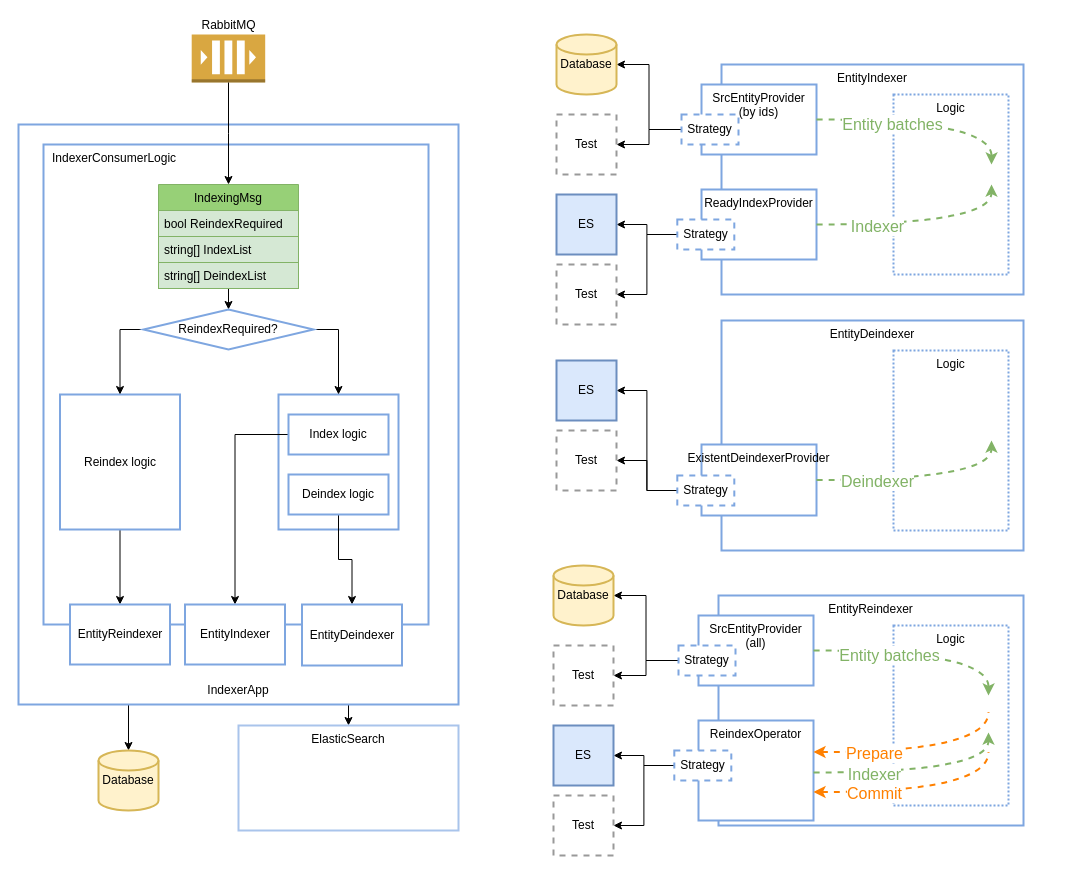
This is page "inside" (4 of 4) of doc/indexer-app.drawio from ozzy-ext-mylab/indexer-app, a draw.io file, before an edit. Source tidied: cells renumbered, new cells numbered last; positions are measured from the earlier drawing's top-left corner, leaving out a move shared by most shapes. Both pictures are drawn from the tidied source at 100%, with x=0, y=0 at pixel (18, 34).
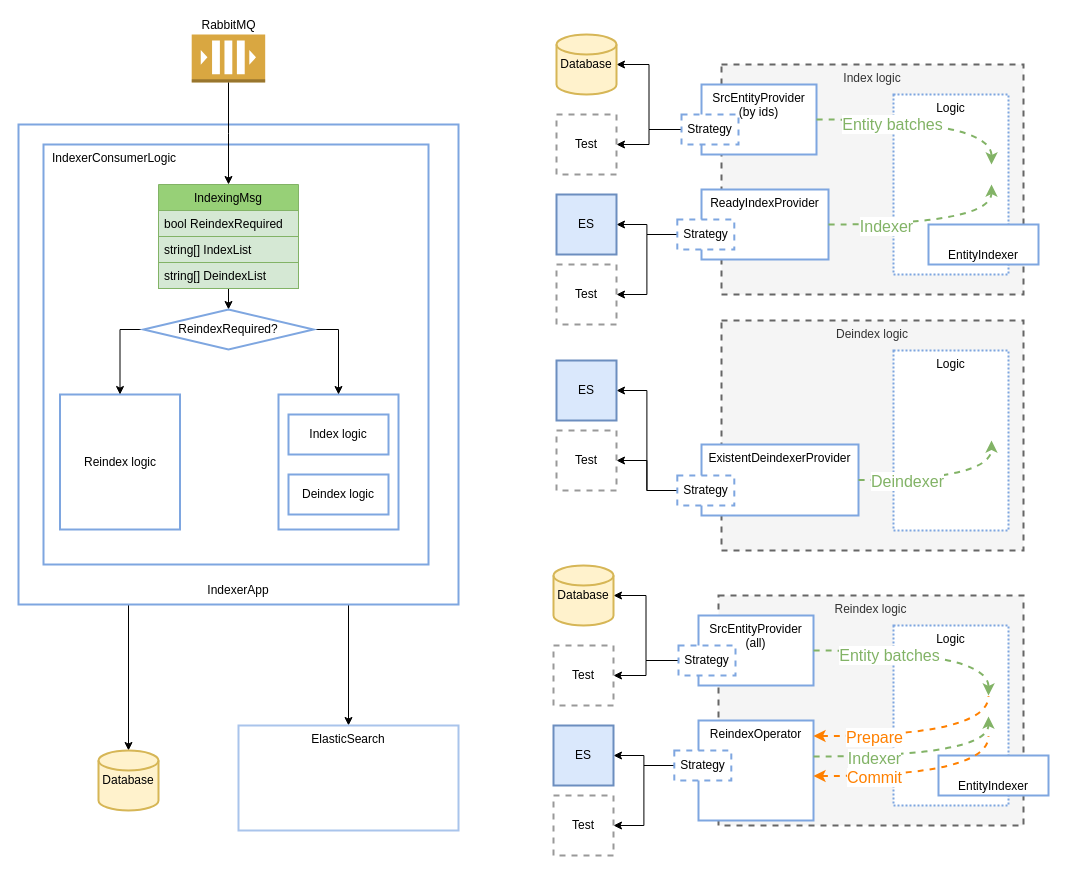
The same diagram, later.

The change refers to these unchanged cells:
```xml
<mxCell id="15" value="Reindex logic" style="rounded=0;whiteSpace=wrap;html=1;align=center;strokeColor=#7EA6E0;strokeWidth=2;" parent="1" vertex="1">
  <mxGeometry x="41.5" y="360" width="120" height="135" as="geometry" />
</mxCell>
<mxCell id="18" value="Index logic" style="rounded=0;whiteSpace=wrap;html=1;align=center;fillColor=#ffffff;strokeColor=#7EA6E0;" parent="1" vertex="1">
  <mxGeometry x="270" y="380" width="100" height="40" as="geometry" />
</mxCell>
<mxCell id="20" value="Deindex logic" style="rounded=0;whiteSpace=wrap;html=1;align=center;fillColor=#ffffff;strokeColor=#7EA6E0;strokeWidth=2;" parent="1" vertex="1">
  <mxGeometry x="270" y="440" width="100" height="40" as="geometry" />
</mxCell>
```

Diff of the diagram source:
```diff
@@
+    <mxCell id="52" value="Reindex logic" style="rounded=0;whiteSpace=wrap;html=1;align=center;verticalAlign=top;strokeColor=#666666;strokeWidth=2;dashed=1;fillColor=#f5f5f5;fontColor=#333333;" parent="1" vertex="1">
+      <mxGeometry x="700" y="561" width="305" height="230" as="geometry" />
+    </mxCell>
+    <mxCell id="65" value="Logic" style="rounded=0;whiteSpace=wrap;html=1;align=center;verticalAlign=top;strokeColor=#7EA6E0;strokeWidth=2;dashed=1;dashPattern=1 1;" parent="1" vertex="1">
+      <mxGeometry x="875" y="591" width="115" height="180" as="geometry" />
+    </mxCell>
+    <mxCell id="79" value="EntityIndexer" style="rounded=0;whiteSpace=wrap;html=1;align=center;verticalAlign=bottom;strokeColor=#7EA6E0;strokeWidth=2;" parent="1" vertex="1">
+      <mxGeometry x="920" y="721" width="110" height="40" as="geometry" />
+    </mxCell>
+    <mxCell id="24" value="Index logic" style="rounded=0;whiteSpace=wrap;html=1;align=center;verticalAlign=top;strokeColor=#666666;strokeWidth=2;dashed=1;fillColor=#f5f5f5;fontColor=#333333;" parent="1" vertex="1">
+      <mxGeometry x="703" y="30" width="302" height="230" as="geometry" />
+    </mxCell>
+    <mxCell id="37" value="Logic" style="rounded=0;whiteSpace=wrap;html=1;align=center;verticalAlign=top;strokeColor=#7EA6E0;strokeWidth=2;dashed=1;dashPattern=1 1;" parent="1" vertex="1">
+      <mxGeometry x="875" y="60" width="115" height="180" as="geometry" />
+    </mxCell>
+    <mxCell id="80" value="EntityIndexer" style="rounded=0;whiteSpace=wrap;html=1;align=center;verticalAlign=bottom;strokeColor=#7EA6E0;strokeWidth=2;" parent="1" vertex="1">
+      <mxGeometry x="910" y="190" width="110" height="40" as="geometry" />
+    </mxCell>
@@
     <mxCell id="5" value="IndexerApp" style="rounded=0;whiteSpace=wrap;html=1;verticalAlign=bottom;strokeWidth=2;strokeColor=#7EA6E0;spacingBottom=5;fillColor=#ffffff;" parent="1" vertex="1">
-      <mxGeometry y="90" width="440" height="580" as="geometry" />
+      <mxGeometry y="90" width="440" height="480" as="geometry" />
     </mxCell>
@@
     <mxCell id="7" value="IndexerConsumerLogic" style="rounded=0;whiteSpace=wrap;html=1;verticalAlign=top;align=left;spacingLeft=7;fillColor=#ffffff;strokeColor=#7EA6E0;strokeWidth=2;" parent="1" vertex="1">
-      <mxGeometry x="25" y="110" width="385" height="480" as="geometry" />
+      <mxGeometry x="25" y="110" width="385" height="420" as="geometry" />
     </mxCell>
@@
-    <mxCell id="14" style="edgeStyle=orthogonalEdgeStyle;rounded=0;jettySize=auto;html=1;exitX=0.5;exitY=1;exitDx=0;exitDy=0;entryX=0.5;entryY=0;entryDx=0;entryDy=0;startArrow=none;startFill=0;endArrow=classic;endFill=1;strokeColor=#000000;strokeWidth=1;fontSize=16;fontColor=#FF8000;" parent="1" edge="1" source="15" target="74">
-      <mxGeometry relative="1" as="geometry" />
-    </mxCell>
@@
-    <mxCell id="17" style="edgeStyle=orthogonalEdgeStyle;rounded=0;jettySize=auto;html=1;entryX=0.5;entryY=0;entryDx=0;entryDy=0;startArrow=none;startFill=0;endArrow=classic;endFill=1;strokeColor=#000000;strokeWidth=1;fontSize=16;fontColor=#FF8000;" parent="1" edge="1" source="18" target="75">
-      <mxGeometry relative="1" as="geometry" />
-    </mxCell>
@@
-    <mxCell id="19" style="edgeStyle=orthogonalEdgeStyle;rounded=0;jettySize=auto;html=1;startArrow=none;startFill=0;endArrow=classic;endFill=1;strokeColor=#000000;strokeWidth=1;fontSize=16;fontColor=#FF8000;" parent="1" edge="1" source="20" target="76">
-      <mxGeometry relative="1" as="geometry" />
-    </mxCell>
@@
-    <mxCell id="24" value="EntityIndexer" style="rounded=0;whiteSpace=wrap;html=1;align=center;verticalAlign=top;strokeColor=#7EA6E0;strokeWidth=2;" parent="1" vertex="1">
-      <mxGeometry x="703" y="30" width="302" height="230" as="geometry" />
-    </mxCell>
@@
     <mxCell id="26" value="ReadyIndexProvider" style="rounded=0;whiteSpace=wrap;html=1;align=center;verticalAlign=top;strokeColor=#7EA6E0;strokeWidth=2;" parent="1" vertex="1">
-      <mxGeometry x="683" y="155" width="115" height="70" as="geometry" />
+      <mxGeometry x="683" y="155" width="127" height="70" as="geometry" />
     </mxCell>
@@
-    <mxCell id="37" value="Logic" style="rounded=0;whiteSpace=wrap;html=1;align=center;verticalAlign=top;strokeColor=#7EA6E0;strokeWidth=2;dashed=1;dashPattern=1 1;" parent="1" vertex="1">
-      <mxGeometry x="875" y="60" width="115" height="180" as="geometry" />
-    </mxCell>
@@
-    <mxCell id="42" value="EntityDeindexer" style="rounded=0;whiteSpace=wrap;html=1;align=center;verticalAlign=top;strokeColor=#7EA6E0;strokeWidth=2;" parent="1" vertex="1">
+    <mxCell id="42" value="Deindex logic" style="rounded=0;whiteSpace=wrap;html=1;align=center;verticalAlign=top;strokeColor=#666666;strokeWidth=2;dashed=1;fillColor=#f5f5f5;fontColor=#333333;" parent="1" vertex="1">
       <mxGeometry x="703" y="286" width="302" height="230" as="geometry" />
     </mxCell>
     <mxCell id="43" value="ExistentDeindexerProvider" style="rounded=0;whiteSpace=wrap;html=1;align=center;verticalAlign=top;strokeColor=#7EA6E0;strokeWidth=2;" parent="1" vertex="1">
-      <mxGeometry x="683" y="410" width="115" height="71" as="geometry" />
+      <mxGeometry x="683" y="410" width="157" height="71" as="geometry" />
     </mxCell>
@@
-    <mxCell id="52" value="EntityReindexer" style="rounded=0;whiteSpace=wrap;html=1;align=center;verticalAlign=top;strokeColor=#7EA6E0;strokeWidth=2;" parent="1" vertex="1">
-      <mxGeometry x="700" y="561" width="305" height="230" as="geometry" />
-    </mxCell>
@@
-    <mxCell id="65" value="Logic" style="rounded=0;whiteSpace=wrap;html=1;align=center;verticalAlign=top;strokeColor=#7EA6E0;strokeWidth=2;dashed=1;dashPattern=1 1;" parent="1" vertex="1">
-      <mxGeometry x="875" y="591" width="115" height="180" as="geometry" />
-    </mxCell>
@@
     <mxCell id="68" style="edgeStyle=orthogonalEdgeStyle;curved=1;rounded=0;orthogonalLoop=1;jettySize=auto;html=1;dashed=1;strokeColor=#82B366;strokeWidth=2;" parent="1" edge="1">
       <mxGeometry relative="1" as="geometry">
-        <mxPoint x="795" y="738" as="sourcePoint" />
-        <mxPoint x="970" y="698" as="targetPoint" />
+        <mxPoint x="795" y="722" as="sourcePoint" />
+        <mxPoint x="970" y="682" as="targetPoint" />
         <Array as="points">
-          <mxPoint x="970" y="738" />
+          <mxPoint x="970" y="722" />
         </Array>
       </mxGeometry>
     </mxCell>
@@
     <mxCell id="70" style="edgeStyle=orthogonalEdgeStyle;curved=1;rounded=0;orthogonalLoop=1;jettySize=auto;html=1;dashed=1;strokeColor=#FF8000;strokeWidth=2;startArrow=classic;startFill=1;endArrow=none;endFill=0;" parent="1" edge="1">
       <mxGeometry relative="1" as="geometry">
-        <mxPoint x="795" y="717.5" as="sourcePoint" />
-        <mxPoint x="970" y="677.5" as="targetPoint" />
+        <mxPoint x="795" y="701.5" as="sourcePoint" />
+        <mxPoint x="970" y="661.5" as="targetPoint" />
         <Array as="points">
-          <mxPoint x="970" y="717.5" />
+          <mxPoint x="970" y="701.5" />
         </Array>
       </mxGeometry>
     </mxCell>
@@
     <mxCell id="72" style="edgeStyle=orthogonalEdgeStyle;curved=1;rounded=0;orthogonalLoop=1;jettySize=auto;html=1;dashed=1;strokeColor=#FF8000;strokeWidth=2;startArrow=classic;startFill=1;endArrow=none;endFill=0;" parent="1" edge="1">
       <mxGeometry relative="1" as="geometry">
-        <mxPoint x="795" y="757.5" as="sourcePoint" />
-        <mxPoint x="970" y="717.5" as="targetPoint" />
+        <mxPoint x="795" y="741.5" as="sourcePoint" />
+        <mxPoint x="970" y="701.5" as="targetPoint" />
         <Array as="points">
-          <mxPoint x="970" y="757.5" />
+          <mxPoint x="970" y="741.5" />
         </Array>
       </mxGeometry>
     </mxCell>
@@
-    <mxCell id="74" value="EntityReindexer" style="rounded=0;whiteSpace=wrap;html=1;align=center;strokeColor=#7EA6E0;strokeWidth=2;" parent="1" vertex="1">
-      <mxGeometry x="51.5" y="570" width="100" height="60" as="geometry" />
-    </mxCell>
-    <mxCell id="75" value="EntityIndexer" style="rounded=0;whiteSpace=wrap;html=1;align=center;fillColor=#ffffff;strokeColor=#7EA6E0;strokeWidth=2;" parent="1" vertex="1">
-      <mxGeometry x="166.5" y="570" width="100" height="60" as="geometry" />
-    </mxCell>
-    <mxCell id="76" value="EntityDeindexer" style="rounded=0;whiteSpace=wrap;html=1;align=center;fillColor=#ffffff;strokeColor=#7EA6E0;strokeWidth=2;" parent="1" vertex="1">
-      <mxGeometry x="283.5" y="570" width="100" height="61" as="geometry" />
-    </mxCell>
```
